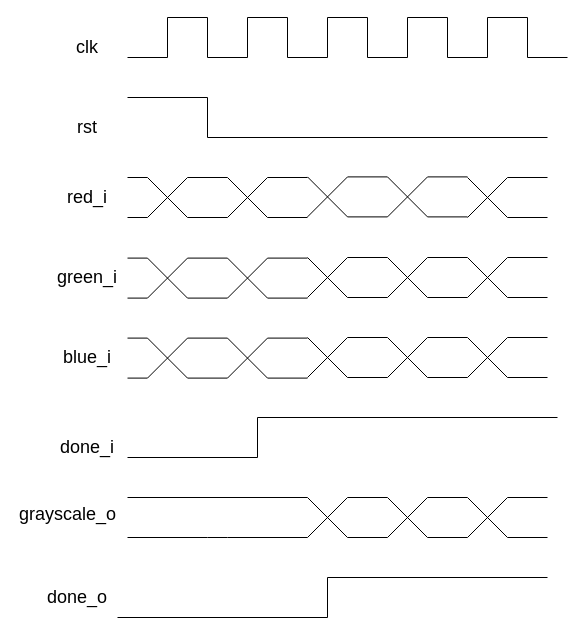
The draw.io diagram rgbtogray.drawio in Thanh0803/ns3-project, before the edit. Source tidied: cells renumbered, new cells numbered last; positions are measured from the earlier drawing's top-left corner, leaving out a move shared by most shapes. Both pictures are drawn from the tidied source at 100%, with x=0, y=0 at pixel (17, 17).
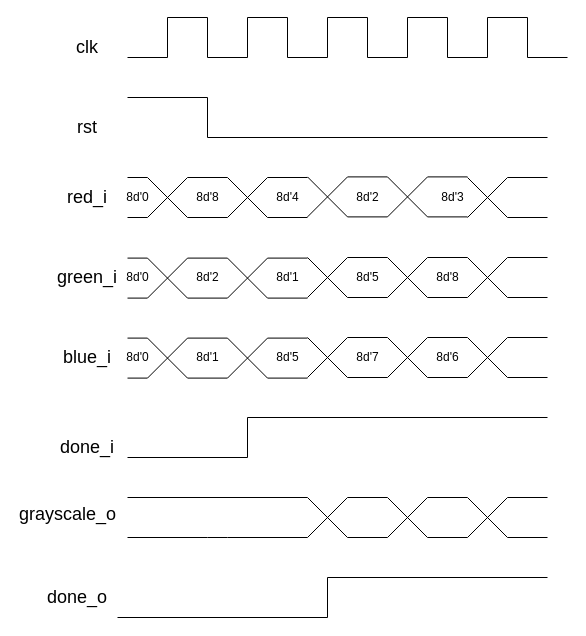
After the change.

The edit, as a diff of the source:
```diff
@@
     <mxCell id="100" style="endArrow=none;html=1;" parent="1" edge="1">
       <mxGeometry relative="1" as="geometry">
-        <mxPoint x="240" y="440" as="sourcePoint" />
-        <mxPoint x="240" y="400" as="targetPoint" />
+        <mxPoint x="230" y="440" as="sourcePoint" />
+        <mxPoint x="230" y="400" as="targetPoint" />
       </mxGeometry>
     </mxCell>
     <mxCell id="101" style="endArrow=none;html=1;" parent="1" edge="1">
       <mxGeometry relative="1" as="geometry">
-        <mxPoint x="240" y="400" as="sourcePoint" />
-        <mxPoint x="540" y="400" as="targetPoint" />
+        <mxPoint x="230" y="400" as="sourcePoint" />
+        <mxPoint x="530" y="400" as="targetPoint" />
       </mxGeometry>
     </mxCell>
@@
     <mxCell id="118" style="endArrow=none;html=1;" parent="1" edge="1">
       <mxGeometry relative="1" as="geometry">
         <mxPoint x="110" y="440" as="sourcePoint" />
-        <mxPoint x="240" y="440" as="targetPoint" />
+        <mxPoint x="230" y="440" as="targetPoint" />
       </mxGeometry>
     </mxCell>
@@
+    <mxCell id="121" value="8d'0" style="text;html=1;align=center;verticalAlign=middle;strokeColor=none;" parent="1" vertex="1">
+      <mxGeometry x="100" y="170" width="40" height="20" as="geometry" />
+    </mxCell>
+    <mxCell id="122" value="8d'8" style="text;html=1;align=center;verticalAlign=middle;strokeColor=none;" parent="1" vertex="1">
+      <mxGeometry x="170" y="170" width="40" height="20" as="geometry" />
+    </mxCell>
+    <mxCell id="123" value="8d'0" style="text;html=1;align=center;verticalAlign=middle;strokeColor=none;" parent="1" vertex="1">
+      <mxGeometry x="100" y="250" width="40" height="20" as="geometry" />
+    </mxCell>
+    <mxCell id="124" value="8d'0" style="text;html=1;align=center;verticalAlign=middle;strokeColor=none;" parent="1" vertex="1">
+      <mxGeometry x="100" y="330" width="40" height="20" as="geometry" />
+    </mxCell>
+    <mxCell id="125" value="8d'2" style="text;html=1;align=center;verticalAlign=middle;strokeColor=none;" parent="1" vertex="1">
+      <mxGeometry x="170" y="250" width="40" height="20" as="geometry" />
+    </mxCell>
+    <mxCell id="126" value="8d'1" style="text;html=1;align=center;verticalAlign=middle;strokeColor=none;" parent="1" vertex="1">
+      <mxGeometry x="170" y="330" width="40" height="20" as="geometry" />
+    </mxCell>
+    <mxCell id="127" value="8d'4" style="text;html=1;align=center;verticalAlign=middle;strokeColor=none;" parent="1" vertex="1">
+      <mxGeometry x="250" y="170" width="40" height="20" as="geometry" />
+    </mxCell>
+    <mxCell id="128" value="8d'1" style="text;html=1;align=center;verticalAlign=middle;strokeColor=none;" parent="1" vertex="1">
+      <mxGeometry x="250" y="250" width="40" height="20" as="geometry" />
+    </mxCell>
+    <mxCell id="129" value="8d'5" style="text;html=1;align=center;verticalAlign=middle;strokeColor=none;" parent="1" vertex="1">
+      <mxGeometry x="250" y="330" width="40" height="20" as="geometry" />
+    </mxCell>
+    <mxCell id="130" value="8d'2" style="text;html=1;align=center;verticalAlign=middle;strokeColor=none;" parent="1" vertex="1">
+      <mxGeometry x="330" y="170" width="40" height="20" as="geometry" />
+    </mxCell>
+    <mxCell id="131" value="8d'3" style="text;html=1;align=center;verticalAlign=middle;strokeColor=none;" parent="1" vertex="1">
+      <mxGeometry x="415" y="170" width="40" height="20" as="geometry" />
+    </mxCell>
+    <mxCell id="132" value="8d'7" style="text;html=1;align=center;verticalAlign=middle;strokeColor=none;" parent="1" vertex="1">
+      <mxGeometry x="330" y="330" width="40" height="20" as="geometry" />
+    </mxCell>
+    <mxCell id="133" value="8d'5" style="text;html=1;align=center;verticalAlign=middle;strokeColor=none;" parent="1" vertex="1">
+      <mxGeometry x="330" y="250" width="40" height="20" as="geometry" />
+    </mxCell>
+    <mxCell id="134" value="8d'8" style="text;html=1;align=center;verticalAlign=middle;strokeColor=none;" parent="1" vertex="1">
+      <mxGeometry x="410" y="250" width="40" height="20" as="geometry" />
+    </mxCell>
+    <mxCell id="135" value="8d'6" style="text;html=1;align=center;verticalAlign=middle;strokeColor=none;" parent="1" vertex="1">
+      <mxGeometry x="410" y="330" width="40" height="20" as="geometry" />
+    </mxCell>
```
